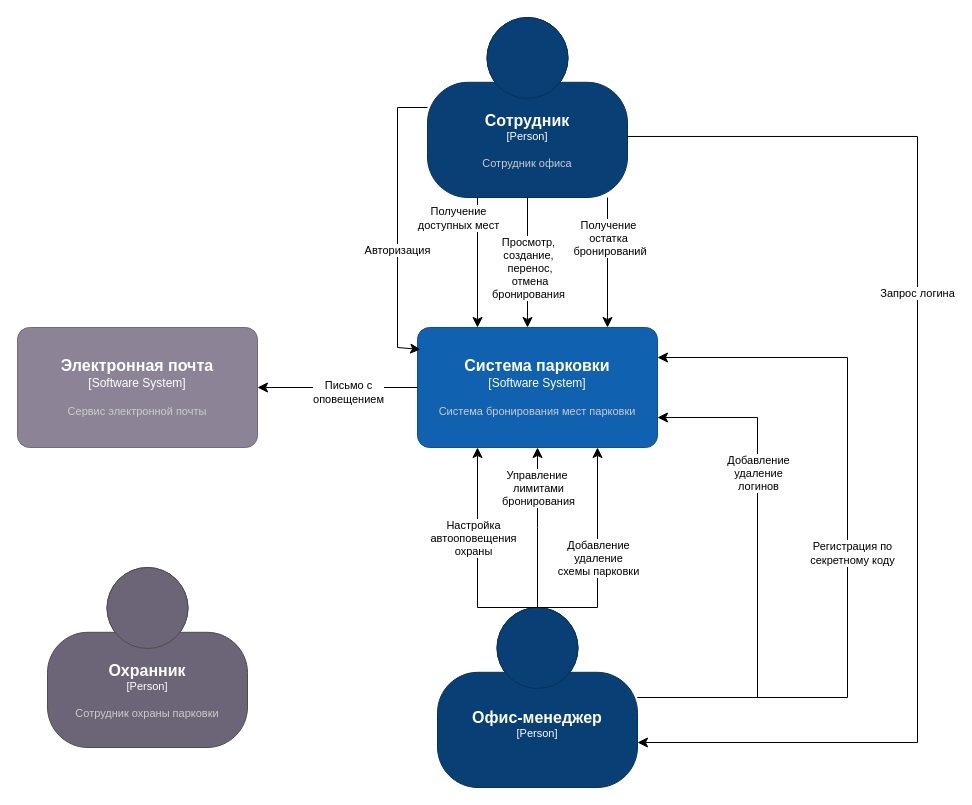
Before: docs/Parking C1.drawio in Yandex-Practicum/architect-practice-tpl, a draw.io diagram. Source tidied: cells renumbered, new cells numbered last; positions are measured from the earlier drawing's top-left corner, leaving out a move shared by most shapes. Both pictures are drawn from the tidied source at 100%, with x=0, y=0 at pixel (17, 17).
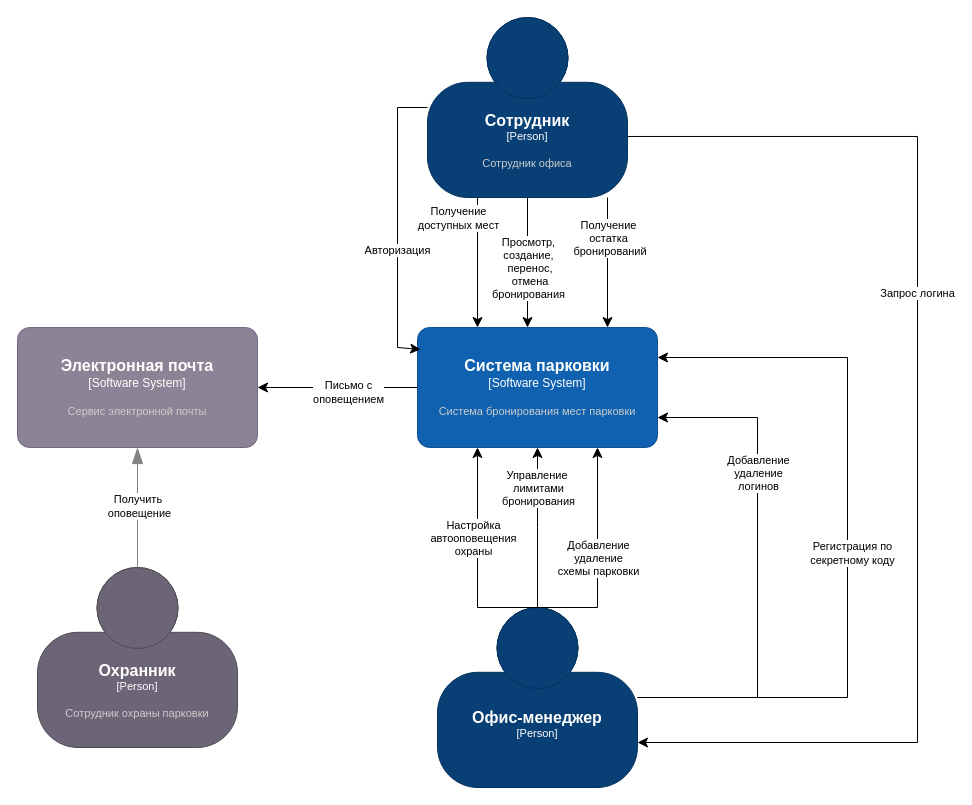
The same page after the edit.

Unchanged cells that the change refers to:
```xml
<object id="24" label="&lt;font style=&quot;font-size: 16px&quot;&gt;&lt;b&gt;%c4Name%&lt;/b&gt;&lt;/font&gt;&lt;div&gt;[%c4Type%]&lt;/div&gt;&lt;br&gt;&lt;div&gt;&lt;font style=&quot;font-size: 11px&quot;&gt;&lt;font color=&quot;#cccccc&quot;&gt;%c4Description%&lt;/font&gt;&lt;/div&gt;" c4Description="Сервис электронной почты" c4Name="Электронная почта" c4Type="Software System" placeholders="1">
  <mxCell style="rounded=1;whiteSpace=wrap;html=1;labelBackgroundColor=none;fillColor=#8C8496;fontColor=#ffffff;align=center;arcSize=10;strokeColor=#736782;points=[[0.25,0,0],[0.5,0,0],[0.75,0,0],[1,0.25,0],[1,0.5,0],[1,0.75,0],[0.75,1,0],[0.5,1,0],[0.25,1,0],[0,0.75,0],[0,0.5,0],[0,0.25,0]];" parent="1" vertex="1">
    <mxGeometry y="310" width="240" height="120" as="geometry" />
  </mxCell>
</object>
```

What changed in the source:
```diff
@@
     <object id="4" label="&lt;font style=&quot;font-size: 16px&quot;&gt;&lt;b&gt;%c4Name%&lt;/b&gt;&lt;/font&gt;&lt;div&gt;[%c4Type%]&lt;/div&gt;&lt;br&gt;&lt;div&gt;&lt;font style=&quot;font-size: 11px&quot;&gt;&lt;font color=&quot;#cccccc&quot;&gt;%c4Description%&lt;/font&gt;&lt;/div&gt;" c4Description="Сотрудник охраны парковки" c4Name="Охранник" c4Type="Person" placeholders="1">
       <mxCell style="html=1;fontSize=11;dashed=0;whiteSpace=wrap;fillColor=#6C6477;strokeColor=#4D4D4D;fontColor=#ffffff;shape=mxgraph.c4.person2;align=center;points=[[0.5,0,0],[1,0.5,0],[1,0.75,0],[0.75,1,0],[0.5,1,0],[0.25,1,0],[0,0.75,0],[0,0.5,0]];" parent="1" vertex="1">
-        <mxGeometry x="30" y="550" width="200" height="180" as="geometry" />
+        <mxGeometry x="20" y="550" width="200" height="180" as="geometry" />
       </mxCell>
     </object>
@@
+    <mxCell id="29" style="endArrow=blockThin;html=1;fontSize=10;fontColor=#404040;strokeWidth=1;endFill=1;strokeColor=#828282;elbow=vertical;endSize=14;startSize=14;jumpStyle=arc;jumpSize=16;rounded=0;edgeStyle=orthogonalEdgeStyle;exitX=0.5;exitY=0;exitDx=0;exitDy=0;exitPerimeter=0;entryX=0.5;entryY=1;entryDx=0;entryDy=0;entryPerimeter=0;" parent="1" edge="1" source="4" target="24">
+      <mxGeometry relative="1" as="geometry" />
+    </mxCell>
+    <mxCell id="30" value="Получить&amp;nbsp;&lt;br&gt;оповещение" style="edgeLabel;html=1;align=center;verticalAlign=middle;" parent="29" vertex="1">
+      <mxGeometry x="0.03" y="-1" relative="1" as="geometry" />
+    </mxCell>
```
